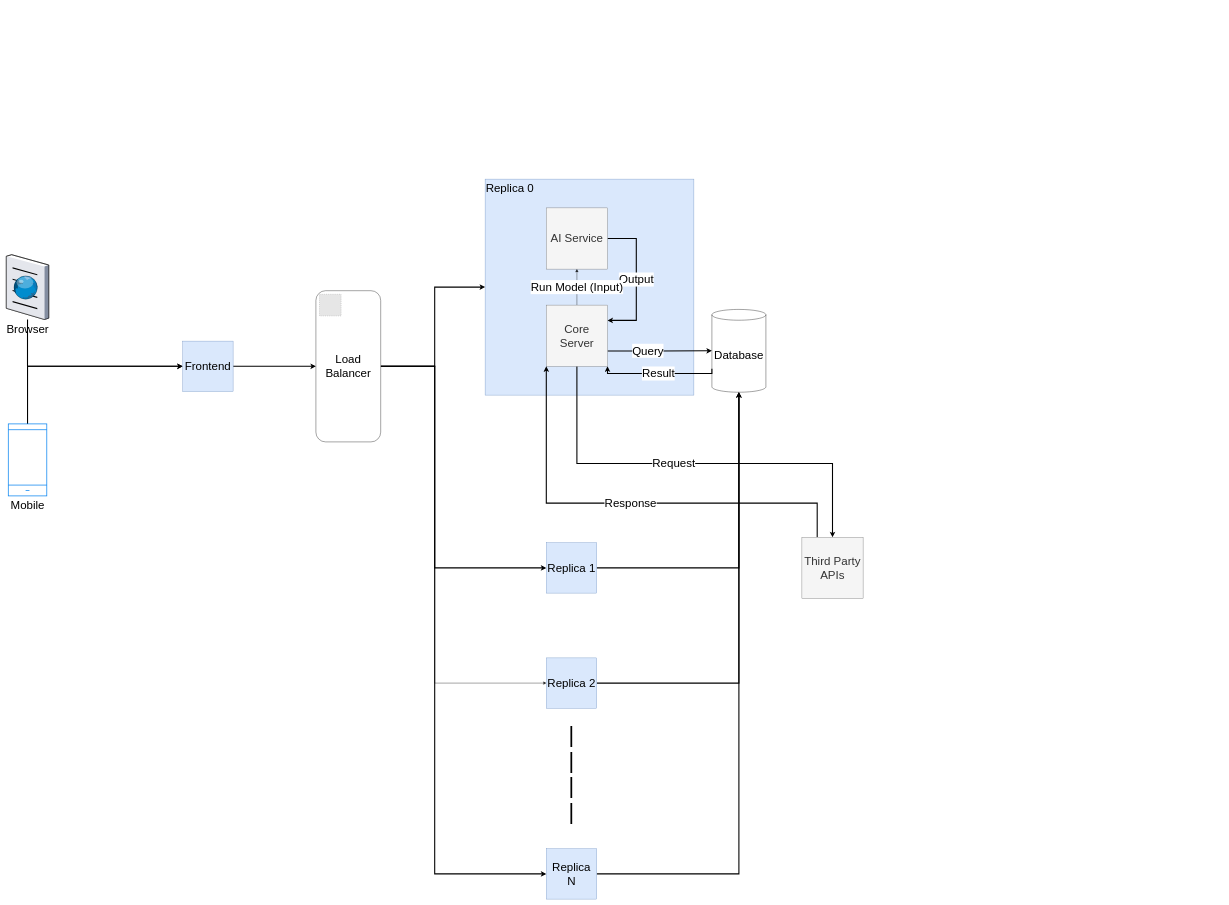
This is diagrams/LowlevelBlockDiagram.drawio from jadhamwi31/cc_productivity_and_marketing_kit, a draw.io file, before an edit. Source tidied: cells renumbered, new cells numbered last; positions are measured from the earlier drawing's top-left corner, leaving out a move shared by most shapes. Both pictures are drawn from the tidied source at 36%, with x=0, y=0 at pixel (6, 179). Pictures stored in the file or linked from it are replaced by grey dashed boxes.
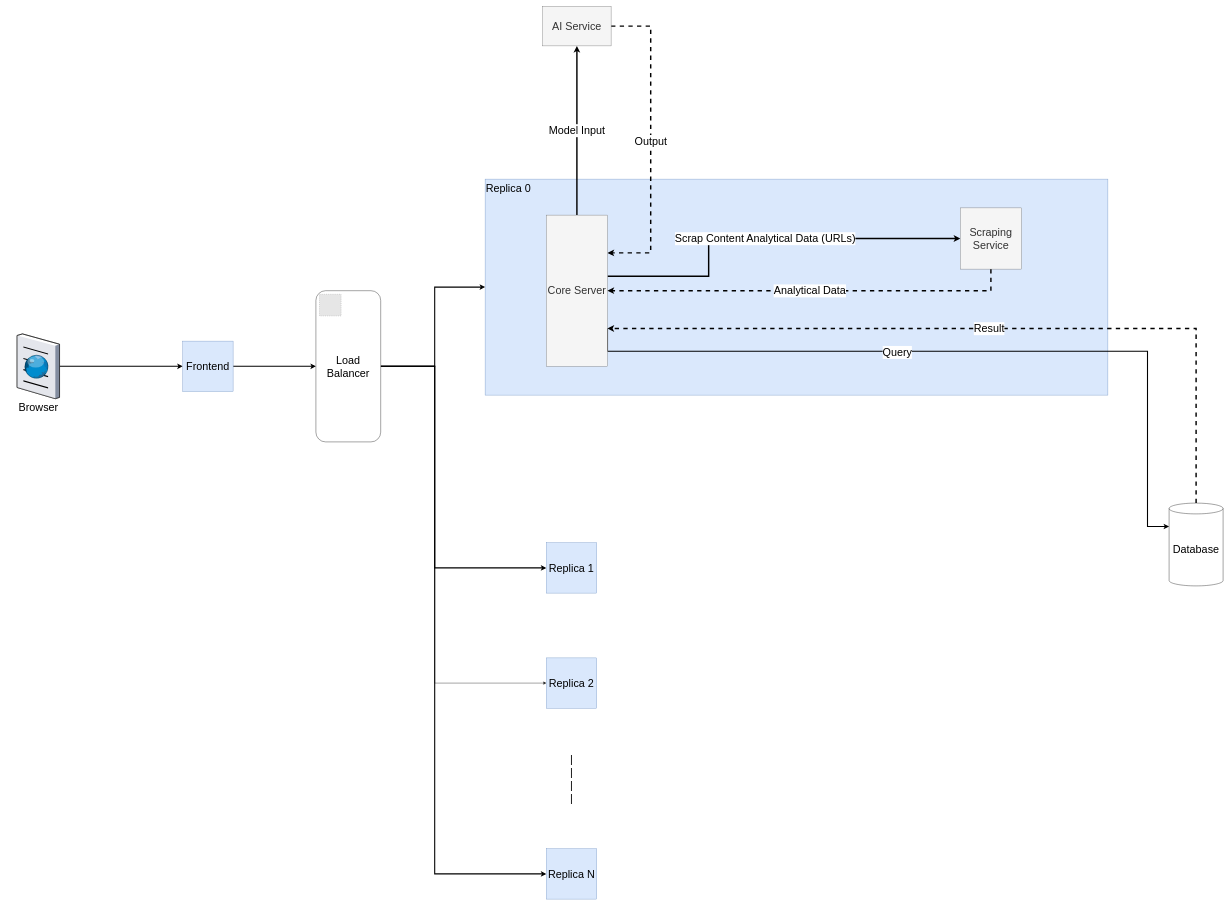
The same diagram, later.

The edit, as a diff of the source:
```diff
@@
-    <mxCell id="2" value="Replica 0" style="rounded=0;whiteSpace=wrap;html=1;fontSize=32;fillColor=#dae8fc;strokeColor=#6c8ebf;verticalAlign=top;align=left;" parent="1" vertex="1">
-      <mxGeometry x="1330" width="580" height="600" as="geometry" />
+    <mxCell id="2" value="Replica 0" style="rounded=0;whiteSpace=wrap;html=1;fontSize=30;fillColor=#dae8fc;strokeColor=#6c8ebf;verticalAlign=top;align=left;" parent="1" vertex="1">
+      <mxGeometry x="1330" width="1730" height="600" as="geometry" />
     </mxCell>
-    <mxCell id="3" value="Output" style="edgeStyle=orthogonalEdgeStyle;rounded=0;jettySize=auto;html=1;exitX=1;exitY=0.5;exitDx=0;exitDy=0;entryX=1;entryY=0.25;entryDx=0;entryDy=0;fontSize=32;strokeWidth=3;" parent="1" edge="1" source="4" target="10">
+    <mxCell id="3" value="Output" style="edgeStyle=orthogonalEdgeStyle;rounded=0;jettySize=auto;html=1;exitX=1;exitY=0.5;exitDx=0;exitDy=0;entryX=1;entryY=0.25;entryDx=0;entryDy=0;fontSize=30;strokeWidth=4;dashed=1;" parent="1" edge="1" source="4" target="10">
       <mxGeometry relative="1" as="geometry">
         <Array as="points">
-          <mxPoint x="1750" y="165" />
-          <mxPoint x="1750" y="393" />
+          <mxPoint x="1790" y="-425" />
+          <mxPoint x="1790" y="205" />
         </Array>
       </mxGeometry>
     </mxCell>
-    <mxCell id="4" value="AI Service" style="rounded=0;whiteSpace=wrap;html=1;fillColor=#f5f5f5;fontSize=32;fontColor=#333333;strokeColor=#666666;" parent="1" vertex="1">
-      <mxGeometry x="1500" y="80" width="170" height="170" as="geometry" />
-    </mxCell>
-    <mxCell id="5" value="Run Model (Input)" style="edgeStyle=orthogonalEdgeStyle;rounded=0;jettySize=auto;html=1;exitX=0.5;exitY=0;exitDx=0;exitDy=0;fontSize=32;" parent="1" edge="1" source="10" target="4">
-      <mxGeometry relative="1" as="geometry" />
-    </mxCell>
-    <mxCell id="6" style="edgeStyle=orthogonalEdgeStyle;rounded=0;jettySize=auto;html=1;exitX=1;exitY=0.75;exitDx=0;exitDy=0;entryX=0;entryY=0.5;entryDx=0;entryDy=0;entryPerimeter=0;fontSize=32;strokeWidth=3;" parent="1" edge="1" source="10" target="12">
-      <mxGeometry relative="1" as="geometry" />
+    <mxCell id="6" style="edgeStyle=orthogonalEdgeStyle;rounded=0;jettySize=auto;html=1;exitX=1;exitY=0.75;exitDx=0;exitDy=0;fontSize=30;strokeWidth=3;entryX=0;entryY=0;entryDx=0;entryDy=65;entryPerimeter=0;" parent="1" edge="1" source="10" target="12">
+      <mxGeometry relative="1" as="geometry">
+        <Array as="points">
+          <mxPoint x="1670" y="478" />
+          <mxPoint x="3170" y="478" />
+          <mxPoint x="3170" y="965" />
+        </Array>
+      </mxGeometry>
     </mxCell>
-    <mxCell id="7" value="Query" style="edgeLabel;html=1;align=center;verticalAlign=middle;fontSize=32;" parent="6" vertex="1">
+    <mxCell id="7" value="Query" style="edgeLabel;html=1;align=center;verticalAlign=middle;fontSize=30;" parent="6" vertex="1">
       <mxGeometry x="-0.24" y="1" relative="1" as="geometry">
-        <mxPoint x="1" as="offset" />
+        <mxPoint x="65" y="3" as="offset" />
       </mxGeometry>
     </mxCell>
-    <mxCell id="8" style="edgeStyle=orthogonalEdgeStyle;rounded=0;jettySize=auto;html=1;exitX=0.5;exitY=1;exitDx=0;exitDy=0;entryX=0.5;entryY=0;entryDx=0;entryDy=0;fontSize=32;strokeWidth=3;" parent="1" edge="1" source="10" target="31">
-      <mxGeometry relative="1" as="geometry">
-        <Array as="points">
-          <mxPoint x="1585" y="790" />
-          <mxPoint x="2295" y="790" />
-        </Array>
-      </mxGeometry>
-    </mxCell>
-    <mxCell id="9" value="Request" style="edgeLabel;html=1;align=center;verticalAlign=middle;fontSize=32;" parent="8" vertex="1">
-      <mxGeometry x="-0.09" y="3" relative="1" as="geometry">
-        <mxPoint x="-1" as="offset" />
-      </mxGeometry>
-    </mxCell>
+    <mxCell id="5" value="Model Input" style="edgeStyle=orthogonalEdgeStyle;rounded=0;jettySize=auto;html=1;exitX=0.5;exitY=0;exitDx=0;exitDy=0;entryX=0.5;entryY=1;entryDx=0;entryDy=0;strokeWidth=4;fontSize=30;" parent="1" edge="1" source="10" target="4">
+      <mxGeometry relative="1" as="geometry" />
+    </mxCell>
+    <mxCell id="34" value="Scrap Content Analytical Data (URLs)" style="edgeStyle=orthogonalEdgeStyle;rounded=0;jettySize=auto;html=1;entryX=0;entryY=0.5;entryDx=0;entryDy=0;strokeWidth=4;fontSize=30;" parent="1" edge="1" source="10" target="36">
+      <mxGeometry relative="1" as="geometry">
+        <Array as="points">
+          <mxPoint x="1951" y="270" />
+          <mxPoint x="1951" y="165" />
+        </Array>
+      </mxGeometry>
+    </mxCell>
-    <mxCell id="10" value="Core Server" style="rounded=0;whiteSpace=wrap;html=1;fillColor=#f5f5f5;fontSize=32;fontColor=#333333;strokeColor=#666666;" parent="1" vertex="1">
-      <mxGeometry x="1500" y="350" width="170" height="170" as="geometry" />
+    <mxCell id="10" value="Core Server" style="rounded=0;whiteSpace=wrap;html=1;fillColor=#f5f5f5;fontSize=30;fontColor=#333333;strokeColor=#666666;" parent="1" vertex="1">
+      <mxGeometry x="1500" y="100" width="170" height="420" as="geometry" />
     </mxCell>
-    <mxCell id="11" value="Result" style="edgeStyle=orthogonalEdgeStyle;rounded=0;jettySize=auto;html=1;exitX=0;exitY=0;exitDx=0;exitDy=165.00000000000003;exitPerimeter=0;entryX=1;entryY=1;entryDx=0;entryDy=0;strokeWidth=3;fontSize=32;startArrow=none;startFill=0;endArrow=classic;endFill=1;" parent="1" edge="1" source="12" target="10">
+    <mxCell id="11" value="Result" style="edgeStyle=orthogonalEdgeStyle;rounded=0;jettySize=auto;html=1;exitX=0.5;exitY=0;exitDx=0;exitDy=0;exitPerimeter=0;entryX=1;entryY=0.75;entryDx=0;entryDy=0;fontSize=30;dashed=1;strokeWidth=4;" parent="1" edge="1" source="12" target="10">
       <mxGeometry relative="1" as="geometry">
         <Array as="points">
-          <mxPoint x="1960" y="540" />
-          <mxPoint x="1670" y="540" />
+          <mxPoint x="3305" y="415" />
         </Array>
       </mxGeometry>
     </mxCell>
-    <mxCell id="12" value="Database" style="shape=cylinder3;whiteSpace=wrap;html=1;boundedLbl=1;backgroundOutline=1;size=15;fontSize=32;fillColor=none;" parent="1" vertex="1">
-      <mxGeometry x="1960" y="362" width="150" height="230" as="geometry" />
+    <mxCell id="12" value="Database" style="shape=cylinder3;whiteSpace=wrap;html=1;boundedLbl=1;backgroundOutline=1;size=15;fontSize=30;fillColor=none;" parent="1" vertex="1">
+      <mxGeometry x="3230" y="900" width="150" height="230" as="geometry" />
     </mxCell>
-    <mxCell id="13" style="edgeStyle=orthogonalEdgeStyle;rounded=0;jettySize=auto;html=1;exitX=1;exitY=0.5;exitDx=0;exitDy=0;entryX=0;entryY=0.5;entryDx=0;entryDy=0;fontSize=32;strokeWidth=3;" parent="1" edge="1" source="16" target="21">
+    <mxCell id="13" style="edgeStyle=orthogonalEdgeStyle;rounded=0;jettySize=auto;html=1;exitX=1;exitY=0.5;exitDx=0;exitDy=0;entryX=0;entryY=0.5;entryDx=0;entryDy=0;fontSize=30;strokeWidth=3;" parent="1" edge="1" source="16" target="21">
       <mxGeometry relative="1" as="geometry" />
     </mxCell>
-    <mxCell id="14" style="edgeStyle=orthogonalEdgeStyle;rounded=0;jettySize=auto;html=1;exitX=0;exitY=0.5;exitDx=0;exitDy=0;strokeWidth=3;fontSize=32;startArrow=classic;startFill=1;endArrow=none;endFill=0;" parent="1" edge="1" source="16" target="33">
-      <mxGeometry relative="1" as="geometry" />
-    </mxCell>
-    <mxCell id="15" style="edgeStyle=orthogonalEdgeStyle;rounded=0;jettySize=auto;html=1;exitX=0;exitY=0.5;exitDx=0;exitDy=0;strokeWidth=3;fontSize=32;startArrow=classic;startFill=1;endArrow=none;endFill=0;" parent="1" edge="1" source="16" target="32">
+    <mxCell id="15" style="edgeStyle=orthogonalEdgeStyle;rounded=0;jettySize=auto;html=1;exitX=0;exitY=0.5;exitDx=0;exitDy=0;strokeWidth=3;fontSize=30;startArrow=classic;startFill=1;endArrow=none;endFill=0;" parent="1" edge="1" source="16" target="32">
       <mxGeometry relative="1" as="geometry" />
     </mxCell>
-    <mxCell id="16" value="Frontend" style="whiteSpace=wrap;html=1;fillColor=#dae8fc;strokeColor=#6c8ebf;fontSize=32;" parent="1" vertex="1">
+    <mxCell id="16" value="Frontend" style="whiteSpace=wrap;html=1;fillColor=#dae8fc;strokeColor=#6c8ebf;fontSize=30;" parent="1" vertex="1">
       <mxGeometry x="490" y="450" width="140" height="140" as="geometry" />
     </mxCell>
-    <mxCell id="17" style="edgeStyle=orthogonalEdgeStyle;rounded=0;jettySize=auto;html=1;exitX=1;exitY=0.5;exitDx=0;exitDy=0;entryX=0;entryY=0.5;entryDx=0;entryDy=0;fontSize=32;strokeWidth=3;" parent="1" edge="1" source="21" target="2">
+    <mxCell id="17" style="edgeStyle=orthogonalEdgeStyle;rounded=0;jettySize=auto;html=1;exitX=1;exitY=0.5;exitDx=0;exitDy=0;entryX=0;entryY=0.5;entryDx=0;entryDy=0;fontSize=30;strokeWidth=3;" parent="1" edge="1" source="21" target="2">
       <mxGeometry relative="1" as="geometry">
         <Array as="points">
           <mxPoint x="1190" y="520" />
           <mxPoint x="1190" y="300" />
         </Array>
       </mxGeometry>
     </mxCell>
-    <mxCell id="18" style="edgeStyle=orthogonalEdgeStyle;rounded=0;jettySize=auto;html=1;exitX=1;exitY=0.5;exitDx=0;exitDy=0;entryX=0;entryY=0.5;entryDx=0;entryDy=0;fontSize=32;strokeWidth=3;" parent="1" edge="1" source="21" target="24">
+    <mxCell id="18" style="edgeStyle=orthogonalEdgeStyle;rounded=0;jettySize=auto;html=1;exitX=1;exitY=0.5;exitDx=0;exitDy=0;entryX=0;entryY=0.5;entryDx=0;entryDy=0;fontSize=30;strokeWidth=3;" parent="1" edge="1" source="21" target="24">
       <mxGeometry relative="1" as="geometry">
         <Array as="points">
           <mxPoint x="1190" y="520" />
           <mxPoint x="1190" y="1080" />
         </Array>
       </mxGeometry>
     </mxCell>
-    <mxCell id="19" style="edgeStyle=orthogonalEdgeStyle;rounded=0;jettySize=auto;html=1;exitX=1;exitY=0.5;exitDx=0;exitDy=0;entryX=0;entryY=0.5;entryDx=0;entryDy=0;fontSize=32;" parent="1" edge="1" source="21" target="26">
+    <mxCell id="19" style="edgeStyle=orthogonalEdgeStyle;rounded=0;jettySize=auto;html=1;exitX=1;exitY=0.5;exitDx=0;exitDy=0;entryX=0;entryY=0.5;entryDx=0;entryDy=0;fontSize=30;" parent="1" edge="1" source="21" target="26">
       <mxGeometry relative="1" as="geometry">
         <Array as="points">
           <mxPoint x="1190" y="520" />
           <mxPoint x="1190" y="1400" />
         </Array>
       </mxGeometry>
     </mxCell>
-    <mxCell id="20" style="edgeStyle=orthogonalEdgeStyle;rounded=0;jettySize=auto;html=1;exitX=1;exitY=0.5;exitDx=0;exitDy=0;entryX=0;entryY=0.5;entryDx=0;entryDy=0;fontSize=32;strokeWidth=3;" parent="1" edge="1" source="21" target="28">
+    <mxCell id="20" style="edgeStyle=orthogonalEdgeStyle;rounded=0;jettySize=auto;html=1;exitX=1;exitY=0.5;exitDx=0;exitDy=0;entryX=0;entryY=0.5;entryDx=0;entryDy=0;fontSize=30;strokeWidth=3;" parent="1" edge="1" source="21" target="28">
       <mxGeometry relative="1" as="geometry">
         <Array as="points">
           <mxPoint x="1190" y="520" />
           <mxPoint x="1190" y="1930" />
         </Array>
       </mxGeometry>
     </mxCell>
-    <mxCell id="21" value="Load Balancer" style="rounded=1;whiteSpace=wrap;html=1;fontSize=32;" parent="1" vertex="1">
+    <mxCell id="21" value="Load Balancer" style="rounded=1;whiteSpace=wrap;html=1;fontSize=30;" parent="1" vertex="1">
       <mxGeometry x="860" y="310" width="180" height="420" as="geometry" />
     </mxCell>
-    <mxCell id="22" style="fillColor=#E6E6E6;strokeColor=#999999;dashed=1;verticalLabelPosition=bottom;labelBackgroundColor=default;verticalAlign=top;fontSize=32;" parent="1" vertex="1">
+    <mxCell id="22" style="fillColor=#E6E6E6;strokeColor=#999999;dashed=1;verticalLabelPosition=bottom;labelBackgroundColor=default;verticalAlign=top;fontSize=30;" parent="1" vertex="1">
       <mxGeometry x="870" y="320" width="60" height="60" as="geometry" />
     </mxCell>
-    <mxCell id="23" style="edgeStyle=orthogonalEdgeStyle;rounded=0;jettySize=auto;html=1;exitX=1;exitY=0.5;exitDx=0;exitDy=0;entryX=0.5;entryY=1;entryDx=0;entryDy=0;entryPerimeter=0;fontSize=32;strokeWidth=3;" parent="1" edge="1" source="24" target="12">
-      <mxGeometry relative="1" as="geometry" />
-    </mxCell>
-    <mxCell id="24" value="Replica 1" style="whiteSpace=wrap;html=1;fillColor=#dae8fc;strokeColor=#6c8ebf;fontSize=32;" parent="1" vertex="1">
+    <mxCell id="24" value="Replica 1" style="whiteSpace=wrap;html=1;fillColor=#dae8fc;strokeColor=#6c8ebf;fontSize=30;" parent="1" vertex="1">
       <mxGeometry x="1500" y="1010" width="140" height="140" as="geometry" />
     </mxCell>
-    <mxCell id="25" style="edgeStyle=orthogonalEdgeStyle;rounded=0;jettySize=auto;html=1;exitX=1;exitY=0.5;exitDx=0;exitDy=0;entryX=0.5;entryY=1;entryDx=0;entryDy=0;entryPerimeter=0;fontSize=32;strokeWidth=3;" parent="1" edge="1" source="26" target="12">
-      <mxGeometry relative="1" as="geometry" />
-    </mxCell>
-    <mxCell id="26" value="Replica 2" style="whiteSpace=wrap;html=1;fillColor=#dae8fc;strokeColor=#6c8ebf;fontSize=32;" parent="1" vertex="1">
+    <mxCell id="26" value="Replica 2" style="whiteSpace=wrap;html=1;fillColor=#dae8fc;strokeColor=#6c8ebf;fontSize=30;" parent="1" vertex="1">
       <mxGeometry x="1500" y="1330" width="140" height="140" as="geometry" />
     </mxCell>
-    <mxCell id="27" style="edgeStyle=orthogonalEdgeStyle;rounded=0;jettySize=auto;html=1;exitX=1;exitY=0.5;exitDx=0;exitDy=0;entryX=0.5;entryY=1;entryDx=0;entryDy=0;entryPerimeter=0;fontSize=32;strokeWidth=3;" parent="1" edge="1" source="28" target="12">
-      <mxGeometry relative="1" as="geometry" />
-    </mxCell>
-    <mxCell id="28" value="Replica N" style="whiteSpace=wrap;html=1;fillColor=#dae8fc;strokeColor=#6c8ebf;fontSize=32;" parent="1" vertex="1">
+    <mxCell id="28" value="Replica N" style="whiteSpace=wrap;html=1;fillColor=#dae8fc;strokeColor=#6c8ebf;fontSize=30;" parent="1" vertex="1">
       <mxGeometry x="1500" y="1860" width="140" height="140" as="geometry" />
     </mxCell>
-    <mxCell id="29" value="|&lt;br style=&quot;font-size: 60px;&quot;&gt;|&lt;br style=&quot;font-size: 60px;&quot;&gt;|&lt;br style=&quot;font-size: 60px;&quot;&gt;|&lt;br style=&quot;font-size: 60px;&quot;&gt;" style="text;html=1;strokeColor=none;fillColor=none;align=center;verticalAlign=middle;whiteSpace=wrap;rounded=0;fontSize=60;" parent="1" vertex="1">
-      <mxGeometry x="1540" y="1490" width="60" height="320" as="geometry" />
+    <mxCell id="29" value="|&lt;br style=&quot;font-size: 30px;&quot;&gt;|&lt;br style=&quot;font-size: 30px;&quot;&gt;|&lt;br style=&quot;font-size: 30px;&quot;&gt;|&lt;br style=&quot;font-size: 30px;&quot;&gt;" style="text;html=1;strokeColor=none;fillColor=none;align=center;verticalAlign=middle;whiteSpace=wrap;rounded=0;fontSize=30;" parent="1" vertex="1">
+      <mxGeometry x="1540" y="1490" width="60" height="350" as="geometry" />
     </mxCell>
-    <mxCell id="30" value="Response" style="edgeStyle=orthogonalEdgeStyle;rounded=0;jettySize=auto;html=1;exitX=0.25;exitY=0;exitDx=0;exitDy=0;entryX=0;entryY=1;entryDx=0;entryDy=0;fontSize=32;strokeWidth=3;" parent="1" edge="1" source="31" target="10">
-      <mxGeometry relative="1" as="geometry">
-        <Array as="points">
-          <mxPoint x="2253" y="900" />
-          <mxPoint x="1500" y="900" />
-        </Array>
-      </mxGeometry>
-    </mxCell>
-    <mxCell id="31" value="Third Party APIs" style="rounded=0;whiteSpace=wrap;html=1;fillColor=#f5f5f5;fontSize=32;fontColor=#333333;strokeColor=#666666;" parent="1" vertex="1">
-      <mxGeometry x="2210" y="995" width="170" height="170" as="geometry" />
-    </mxCell>
-    <mxCell id="32" value="Browser" style="verticalLabelPosition=bottom;sketch=0;html=1;verticalAlign=top;strokeColor=none;align=center;outlineConnect=0;shape=mxgraph.citrix.browser;fontSize=32;fillColor=none;" parent="1" vertex="1">
-      <mxGeometry y="210" width="117.9" height="180" as="geometry" />
+    <mxCell id="32" value="Browser" style="verticalLabelPosition=bottom;sketch=0;html=1;verticalAlign=top;strokeColor=none;align=center;outlineConnect=0;shape=mxgraph.citrix.browser;fontSize=30;fillColor=none;" parent="1" vertex="1">
+      <mxGeometry x="30" y="430" width="117.9" height="180" as="geometry" />
     </mxCell>
-    <mxCell id="33" value="Mobile" style="html=1;verticalLabelPosition=bottom;align=center;labelBackgroundColor=#ffffff;verticalAlign=top;strokeWidth=2;strokeColor=#0080F0;shadow=0;dashed=0;shape=mxgraph.ios7.icons.smartphone;fontSize=32;fillColor=none;" parent="1" vertex="1">
-      <mxGeometry x="5.5" y="680" width="107" height="200" as="geometry" />
-    </mxCell>
+    <mxCell id="4" value="AI Service" style="rounded=0;whiteSpace=wrap;html=1;fillColor=#f5f5f5;fontSize=30;fontColor=#333333;strokeColor=#666666;" parent="1" vertex="1">
+      <mxGeometry x="1490" y="-480" width="190" height="110" as="geometry" />
+    </mxCell>
+    <mxCell id="35" value="Analytical Data" style="edgeStyle=orthogonalEdgeStyle;rounded=0;jettySize=auto;html=1;exitX=0.5;exitY=1;exitDx=0;exitDy=0;entryX=1;entryY=0.5;entryDx=0;entryDy=0;strokeWidth=4;fontSize=30;dashed=1;" parent="1" edge="1" source="36" target="10">
+      <mxGeometry relative="1" as="geometry" />
+    </mxCell>
+    <mxCell id="36" value="Scraping Service" style="rounded=0;whiteSpace=wrap;html=1;fillColor=#f5f5f5;fontSize=30;fontColor=#333333;strokeColor=#666666;" parent="1" vertex="1">
+      <mxGeometry x="2650" y="80" width="170" height="170" as="geometry" />
+    </mxCell>
```
